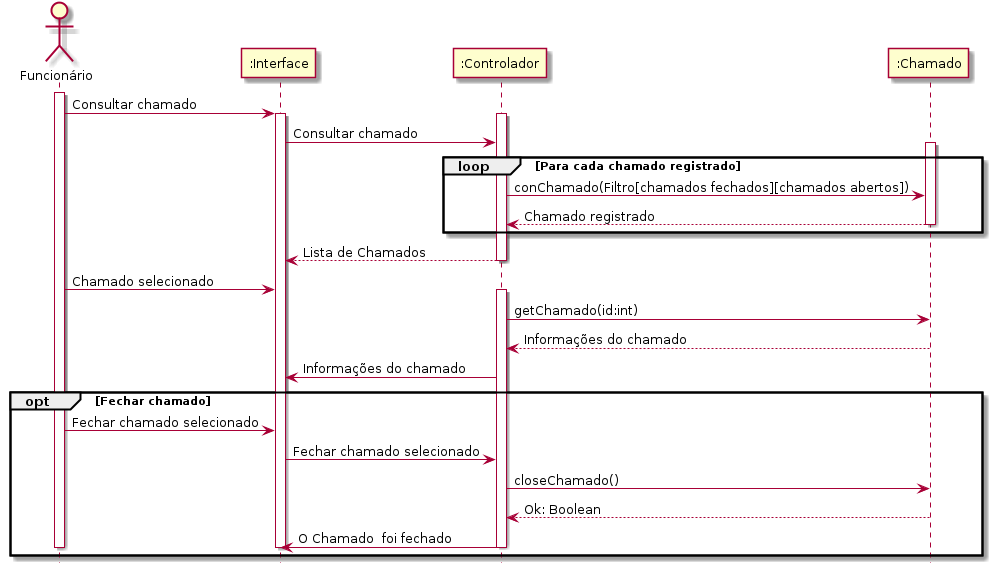
Earlier version of the PlantUML export doc/uml/sequencia/chamados_funcionario.png (VictorCarlquist/HelpMeNow). Source of this version:
```plantuml
@startuml
	hide footbox
	actor "Funcionário"
		activate "Funcionário"
			"Funcionário" -> ":Interface" : Consultar chamado
			activate ":Interface"
				activate ":Controlador"
					":Interface" -> ":Controlador" : Consultar chamado
					activate ":Chamado"
						loop Para cada chamado registrado
							":Controlador" -> ":Chamado" : conChamado(Filtro[chamados fechados][chamados abertos])
							":Chamado" --> ":Controlador" : Chamado registrado
						end
					deactivate ":Chamado"
					":Controlador" --> ":Interface" : Lista de Chamados
				deactivate ":Controlador"

				"Funcionário" -> ":Interface" : Chamado selecionado
				activate ":Controlador"
					":Controlador" -> ":Chamado" : getChamado(id:int)
					":Chamado" --> ":Controlador": Informações do chamado
					":Controlador" -> ":Interface" : Informações do chamado
					opt Fechar chamado
						"Funcionário" -> ":Interface" : Fechar chamado selecionado
						":Interface" -> ":Controlador" : Fechar chamado selecionado
						":Controlador" -> ":Chamado" : closeChamado()
						":Chamado" --> ":Controlador" : Ok: Boolean
						":Controlador" -> ":Interface" : O Chamado  foi fechado
					end
				deactivate ":Controlador"
			deactivate ":Interface"
		deactivate "Funcionário"
@enduml
```
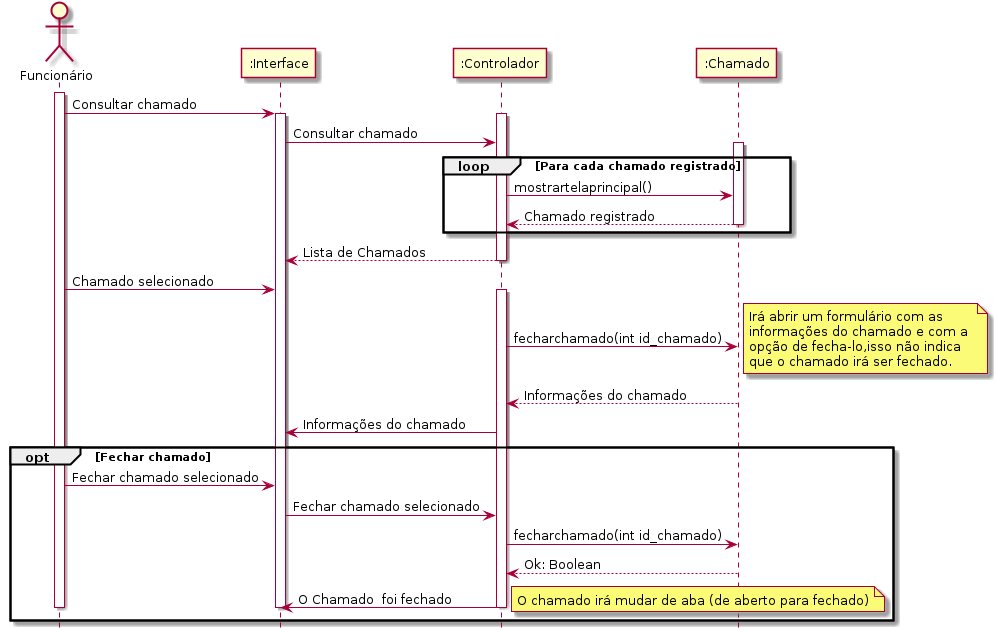
After the change.

Change to the diagram source:
```diff
@@ -8,7 +8,7 @@
 					":Interface" -> ":Controlador" : Consultar chamado
 					activate ":Chamado"
 						loop Para cada chamado registrado
-							":Controlador" -> ":Chamado" : conChamado(Filtro[chamados fechados][chamados abertos])
+							":Controlador" -> ":Chamado" : mostrartelaprincipal()
 							":Chamado" --> ":Controlador" : Chamado registrado
 						end
 					deactivate ":Chamado"
@@ -17,15 +17,17 @@
 
 				"Funcionário" -> ":Interface" : Chamado selecionado
 				activate ":Controlador"
-					":Controlador" -> ":Chamado" : getChamado(id:int)
+					":Controlador" -> ":Chamado" : fecharchamado(int id_chamado)
+					note right: Irá abrir um formulário com as\ninformações do chamado e com a \nopção de fecha-lo,isso não indica \nque o chamado irá ser fechado.
 					":Chamado" --> ":Controlador": Informações do chamado
 					":Controlador" -> ":Interface" : Informações do chamado
 					opt Fechar chamado
 						"Funcionário" -> ":Interface" : Fechar chamado selecionado
 						":Interface" -> ":Controlador" : Fechar chamado selecionado
-						":Controlador" -> ":Chamado" : closeChamado()
+						":Controlador" -> ":Chamado" : fecharchamado(int id_chamado)
 						":Chamado" --> ":Controlador" : Ok: Boolean
 						":Controlador" -> ":Interface" : O Chamado  foi fechado
+						note right: O chamado irá mudar de aba (de aberto para fechado)
 					end
 				deactivate ":Controlador"
 			deactivate ":Interface"
```
